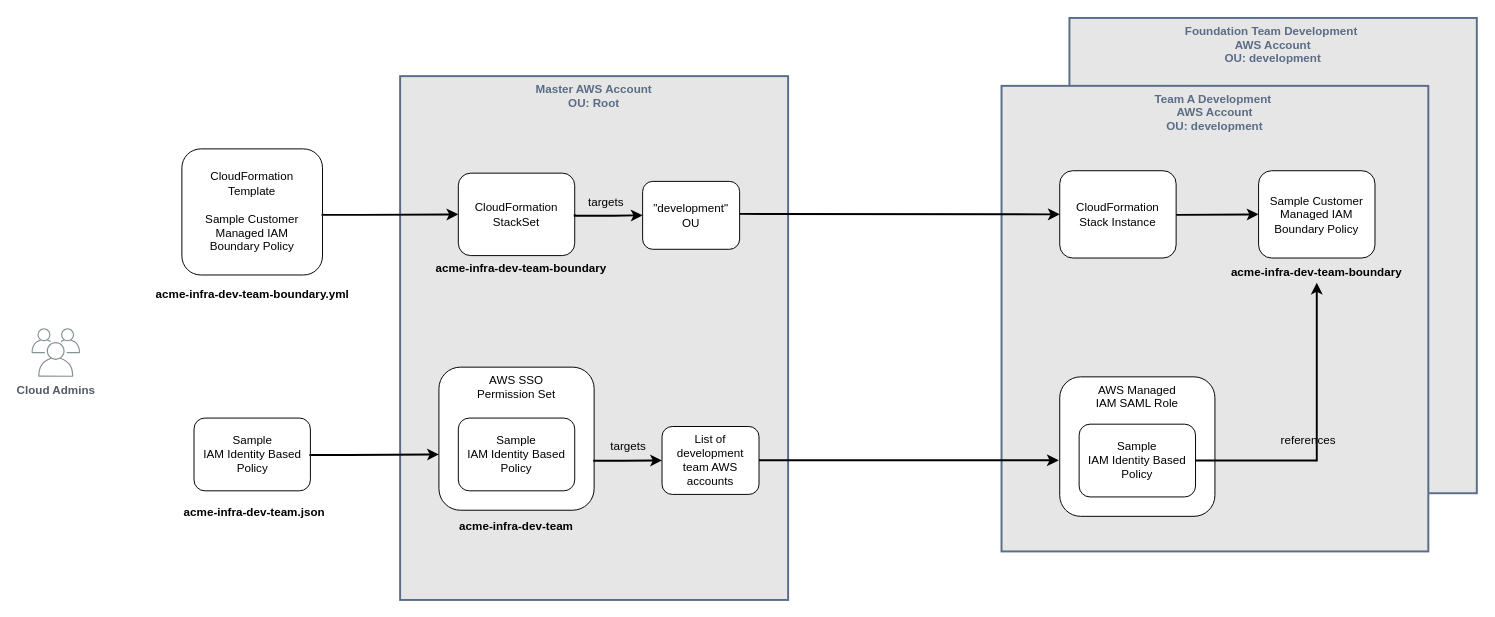
Above: page "dev-team-access-provisioning" (9 of 10) of images/initial-foundation.drawio in atimpone/aws-foundation-journey (draw.io), before the change. Source tidied: cells renumbered, new cells numbered last; positions are measured from the earlier drawing's top-left corner, leaving out a move shared by most shapes. Both pictures are drawn from the tidied source at 97%, with x=0, y=0 at pixel (31, 17).
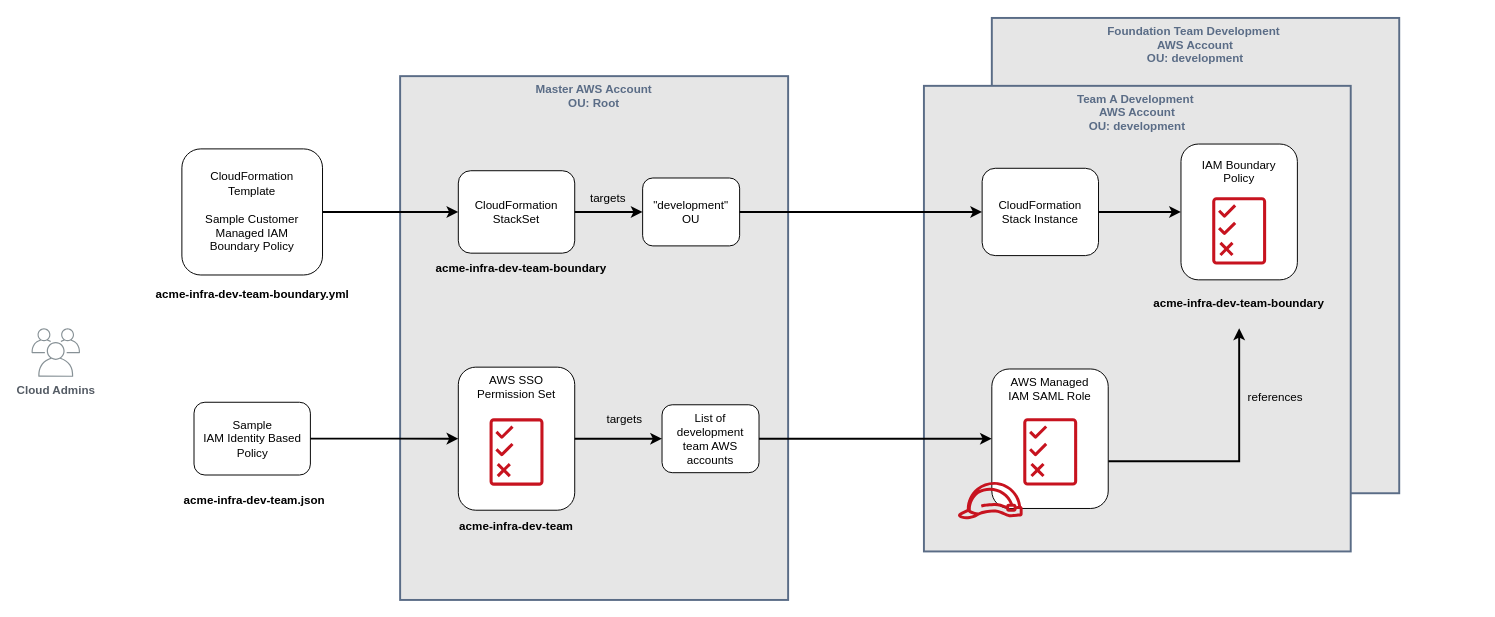
The same diagram, later.

Change to the diagram source:
```diff
@@
     <mxCell id="2" value="Foundation Team Development &#10;AWS Account&#10;OU: development" style="fillColor=#e6e6e6;strokeColor=#5A6C86;verticalAlign=top;fontStyle=1;fontColor=#5A6C86;strokeWidth=2;" parent="1" vertex="1">
-      <mxGeometry x="1070" width="420" height="490" as="geometry" />
+      <mxGeometry x="990" width="420" height="490" as="geometry" />
     </mxCell>
     <mxCell id="3" value="Team A Development &#10;AWS Account&#10;OU: development" style="fillColor=#e6e6e6;strokeColor=#5A6C86;verticalAlign=top;fontStyle=1;fontColor=#5A6C86;strokeWidth=2;" parent="1" vertex="1">
-      <mxGeometry x="1000" y="70" width="440" height="480" as="geometry" />
+      <mxGeometry x="920" y="70" width="440" height="480" as="geometry" />
     </mxCell>
@@
-    <mxCell id="5" value="Sample Customer Managed IAM Boundary Policy" style="rounded=1;whiteSpace=wrap;html=1;" parent="1" vertex="1">
-      <mxGeometry x="1265" y="157.5" width="120" height="90" as="geometry" />
-    </mxCell>
@@
     <mxCell id="7" value="AWS SSO&lt;br&gt;Permission Set" style="rounded=1;whiteSpace=wrap;html=1;verticalAlign=top;" parent="1" vertex="1">
-      <mxGeometry x="420" y="360" width="160" height="147.5" as="geometry" />
+      <mxGeometry x="440" y="360" width="120" height="147.5" as="geometry" />
     </mxCell>
     <mxCell id="8" value="Sample &lt;br&gt;IAM Identity Based Policy" style="rounded=1;whiteSpace=wrap;html=1;spacing=10;" parent="1" vertex="1">
-      <mxGeometry x="167.5" y="412.5" width="120" height="75" as="geometry" />
+      <mxGeometry x="167.5" y="396.2" width="120" height="75" as="geometry" />
     </mxCell>
     <mxCell id="9" value="acme-infra-dev-team.json" style="text;html=1;strokeColor=none;fillColor=none;align=center;verticalAlign=middle;whiteSpace=wrap;rounded=0;fontStyle=1;" parent="1" vertex="1">
-      <mxGeometry x="155" y="500" width="150" height="20" as="geometry" />
+      <mxGeometry x="155" y="487.5" width="150" height="20" as="geometry" />
     </mxCell>
@@
     <mxCell id="12" value="CloudFormation StackSet" style="rounded=1;whiteSpace=wrap;html=1;" parent="1" vertex="1">
-      <mxGeometry x="440" y="160" width="120" height="85" as="geometry" />
+      <mxGeometry x="440" y="157.5" width="120" height="85" as="geometry" />
     </mxCell>
     <mxCell id="13" value="CloudFormation&lt;br&gt;Stack Instance" style="rounded=1;whiteSpace=wrap;html=1;" parent="1" vertex="1">
-      <mxGeometry x="1060" y="157.5" width="120" height="90" as="geometry" />
+      <mxGeometry x="980" y="155" width="120" height="90" as="geometry" />
     </mxCell>
     <mxCell id="14" value="&quot;development&quot;&lt;br&gt;OU" style="rounded=1;whiteSpace=wrap;html=1;" parent="1" vertex="1">
-      <mxGeometry x="630" y="168.5" width="100" height="70" as="geometry" />
+      <mxGeometry x="630" y="165" width="100" height="70" as="geometry" />
     </mxCell>
-    <mxCell id="15" value="Sample &lt;br&gt;IAM Identity Based Policy" style="rounded=1;whiteSpace=wrap;html=1;spacing=10;" parent="1" vertex="1">
-      <mxGeometry x="440" y="412.5" width="120" height="75" as="geometry" />
-    </mxCell>
@@
-    <mxCell id="18" value="acme-infra-dev-team-boundary" style="text;html=1;strokeColor=none;fillColor=none;align=center;verticalAlign=middle;whiteSpace=wrap;rounded=0;fontStyle=1;" parent="1" vertex="1">
-      <mxGeometry x="1200" y="253" width="250" height="20" as="geometry" />
-    </mxCell>
-    <mxCell id="19" value="AWS Managed&lt;br&gt;IAM SAML Role" style="rounded=1;whiteSpace=wrap;html=1;verticalAlign=top;" parent="1" vertex="1">
-      <mxGeometry x="1060" y="370" width="160" height="143.8" as="geometry" />
-    </mxCell>
-    <mxCell id="20" value="Sample &lt;br&gt;IAM Identity Based Policy" style="rounded=1;whiteSpace=wrap;html=1;spacing=10;" parent="1" vertex="1">
-      <mxGeometry x="1080" y="418.8" width="120" height="75" as="geometry" />
-    </mxCell>
     <mxCell id="21" value="List of development team AWS accounts" style="rounded=1;whiteSpace=wrap;html=1;" parent="1" vertex="1">
-      <mxGeometry x="650" y="421.2" width="100" height="70" as="geometry" />
+      <mxGeometry x="650" y="398.8" width="100" height="70" as="geometry" />
     </mxCell>
     <mxCell id="22" style="edgeStyle=orthogonalEdgeStyle;rounded=0;jettySize=auto;html=1;startArrow=none;startFill=0;strokeWidth=2;entryX=0;entryY=0.5;entryDx=0;entryDy=0;" parent="1" edge="1" target="13">
       <mxGeometry relative="1" as="geometry">
-        <mxPoint x="750" y="203" as="sourcePoint" />
+        <mxPoint x="730" y="200" as="sourcePoint" />
         <Array as="points">
-          <mxPoint x="730" y="202" />
-          <mxPoint x="760" y="202" />
+          <mxPoint x="930" y="200" />
+          <mxPoint x="930" y="200" />
         </Array>
       </mxGeometry>
     </mxCell>
-    <mxCell id="23" style="edgeStyle=orthogonalEdgeStyle;rounded=0;jettySize=auto;html=1;startArrow=none;startFill=0;strokeWidth=2;exitX=1;exitY=0.5;exitDx=0;exitDy=0;" parent="1" edge="1" source="21">
-      <mxGeometry relative="1" as="geometry">
-        <mxPoint x="1059" y="456" as="targetPoint" />
-        <Array as="points">
-          <mxPoint x="1059" y="456" />
-        </Array>
-      </mxGeometry>
+    <mxCell id="23" style="edgeStyle=orthogonalEdgeStyle;rounded=0;jettySize=auto;html=1;startArrow=none;startFill=0;strokeWidth=2;exitX=1;exitY=0.5;exitDx=0;exitDy=0;entryX=0;entryY=0.5;entryDx=0;entryDy=0;" parent="1" edge="1" source="21" target="19">
+      <mxGeometry relative="1" as="geometry" />
     </mxCell>
-    <mxCell id="24" style="edgeStyle=orthogonalEdgeStyle;rounded=0;jettySize=auto;html=1;startArrow=none;startFill=0;strokeWidth=2;exitX=0.994;exitY=0.654;exitDx=0;exitDy=0;exitPerimeter=0;entryX=0;entryY=0.5;entryDx=0;entryDy=0;" parent="1" edge="1" source="7" target="21">
+    <mxCell id="24" style="edgeStyle=orthogonalEdgeStyle;rounded=0;jettySize=auto;html=1;startArrow=none;startFill=0;strokeWidth=2;entryX=0;entryY=0.5;entryDx=0;entryDy=0;exitX=1;exitY=0.5;exitDx=0;exitDy=0;" parent="1" edge="1" source="7" target="21">
       <mxGeometry relative="1" as="geometry">
         <Array as="points">
-          <mxPoint x="610" y="457" />
-          <mxPoint x="610" y="457" />
+          <mxPoint x="570" y="434" />
+          <mxPoint x="570" y="434" />
         </Array>
       </mxGeometry>
     </mxCell>
     <mxCell id="25" value="targets" style="text;html=1;align=center;verticalAlign=middle;labelBackgroundColor=none;" parent="24" vertex="1">
       <mxGeometry x="0.02" y="11" relative="1" as="geometry">
-        <mxPoint x="-0.3" y="-3.5" as="offset" />
+        <mxPoint x="4.8" y="-9" as="offset" />
       </mxGeometry>
     </mxCell>
-    <mxCell id="26" style="edgeStyle=orthogonalEdgeStyle;rounded=0;jettySize=auto;html=1;startArrow=none;startFill=0;strokeWidth=2;entryX=0;entryY=0.5;entryDx=0;entryDy=0;exitX=1;exitY=0.5;exitDx=0;exitDy=0;" parent="1" edge="1" source="12">
+    <mxCell id="26" style="edgeStyle=orthogonalEdgeStyle;rounded=0;jettySize=auto;html=1;startArrow=none;startFill=0;strokeWidth=2;entryX=0;entryY=0.5;entryDx=0;entryDy=0;exitX=1;exitY=0.5;exitDx=0;exitDy=0;" parent="1" edge="1" source="12" target="14">
       <mxGeometry relative="1" as="geometry">
-        <mxPoint x="630" y="203.4" as="targetPoint" />
         <Array as="points">
-          <mxPoint x="560" y="204" />
-          <mxPoint x="600" y="204" />
+          <mxPoint x="580" y="200" />
+          <mxPoint x="580" y="200" />
         </Array>
       </mxGeometry>
     </mxCell>
@@
-    <mxCell id="28" style="edgeStyle=orthogonalEdgeStyle;rounded=0;jettySize=auto;html=1;startArrow=none;startFill=0;strokeWidth=2;exitX=1;exitY=0.5;exitDx=0;exitDy=0;entryX=0;entryY=0.5;entryDx=0;entryDy=0;" parent="1" edge="1" target="12">
+    <mxCell id="28" style="edgeStyle=orthogonalEdgeStyle;rounded=0;jettySize=auto;html=1;startArrow=none;startFill=0;strokeWidth=2;entryX=0;entryY=0.5;entryDx=0;entryDy=0;" parent="1" edge="1" target="12">
       <mxGeometry relative="1" as="geometry">
-        <mxPoint x="300" y="201.8" as="sourcePoint" />
+        <mxPoint x="300" y="200" as="sourcePoint" />
         <Array as="points">
-          <mxPoint x="300" y="203" />
-          <mxPoint x="340" y="203" />
+          <mxPoint x="300" y="200" />
         </Array>
       </mxGeometry>
     </mxCell>
-    <mxCell id="29" style="edgeStyle=orthogonalEdgeStyle;rounded=0;orthogonalLoop=1;jettySize=auto;html=1;startArrow=none;startFill=0;strokeWidth=2;exitX=1;exitY=0.5;exitDx=0;exitDy=0;" parent="1" edge="1">
+    <mxCell id="29" style="edgeStyle=orthogonalEdgeStyle;rounded=0;jettySize=auto;html=1;startArrow=none;startFill=0;strokeWidth=2;exitX=1;exitY=0.5;exitDx=0;exitDy=0;entryX=0;entryY=0.5;entryDx=0;entryDy=0;" parent="1" edge="1" source="8" target="7">
       <mxGeometry relative="1" as="geometry">
-        <mxPoint x="287.5" y="449.5" as="sourcePoint" />
-        <mxPoint x="420" y="450" as="targetPoint" />
         <Array as="points">
-          <mxPoint x="287.5" y="450.5" />
-          <mxPoint x="327.5" y="450.5" />
+          <mxPoint x="370" y="434" />
+          <mxPoint x="370" y="434" />
         </Array>
       </mxGeometry>
     </mxCell>
-    <mxCell id="30" style="edgeStyle=orthogonalEdgeStyle;rounded=0;jettySize=auto;html=1;startArrow=none;startFill=0;strokeWidth=2;entryX=0;entryY=0.5;entryDx=0;entryDy=0;" parent="1" edge="1" target="5">
+    <mxCell id="30" style="edgeStyle=orthogonalEdgeStyle;rounded=0;jettySize=auto;html=1;startArrow=none;startFill=0;strokeWidth=2;entryX=0;entryY=0.5;entryDx=0;entryDy=0;exitX=1;exitY=0.5;exitDx=0;exitDy=0;" parent="1" edge="1" source="13" target="36">
       <mxGeometry relative="1" as="geometry">
-        <mxPoint x="1180" y="203" as="sourcePoint" />
         <Array as="points">
-          <mxPoint x="1181" y="203" />
+          <mxPoint x="1150" y="200" />
+          <mxPoint x="1150" y="200" />
         </Array>
       </mxGeometry>
     </mxCell>
-    <mxCell id="31" style="edgeStyle=orthogonalEdgeStyle;rounded=0;jettySize=auto;html=1;startArrow=none;startFill=0;strokeWidth=2;entryX=0.5;entryY=1;entryDx=0;entryDy=0;exitX=1;exitY=0.5;exitDx=0;exitDy=0;" parent="1" edge="1" source="20" target="18">
+    <mxCell id="31" style="edgeStyle=orthogonalEdgeStyle;rounded=0;jettySize=auto;html=1;startArrow=none;startFill=0;strokeWidth=2;" parent="1" edge="1" source="19">
       <mxGeometry relative="1" as="geometry">
+        <mxPoint x="1245" y="320" as="targetPoint" />
         <Array as="points">
-          <mxPoint x="1325" y="457" />
+          <mxPoint x="1245" y="457" />
         </Array>
       </mxGeometry>
     </mxCell>
     <mxCell id="32" value="references" style="text;html=1;align=center;verticalAlign=middle;labelBackgroundColor=none;" parent="31" vertex="1">
       <mxGeometry x="-0.19" y="55" relative="1" as="geometry">
-        <mxPoint x="45.4" y="-21" as="offset" />
+        <mxPoint x="61" y="-12" as="offset" />
       </mxGeometry>
     </mxCell>
+    <mxCell id="19" value="AWS Managed&lt;br&gt;IAM SAML Role" style="rounded=1;whiteSpace=wrap;html=1;verticalAlign=top;" parent="1" vertex="1">
+      <mxGeometry x="990" y="361.9" width="120" height="143.8" as="geometry" />
+    </mxCell>
+    <mxCell id="33" style="fontColor=#232F3E;gradientColor=none;fillColor=#C7131F;strokeColor=none;dashed=0;verticalLabelPosition=bottom;verticalAlign=top;align=center;html=1;fontSize=12;fontStyle=0;shape=mxgraph.aws4.role;labelBackgroundColor=#ffffff;shadow=0;" parent="1" vertex="1">
+      <mxGeometry x="954.4" y="478.3" width="68" height="38.4" as="geometry" />
+    </mxCell>
+    <mxCell id="34" style="fontColor=#232F3E;gradientColor=none;fillColor=#C7131F;strokeColor=none;dashed=0;verticalLabelPosition=bottom;verticalAlign=top;align=center;html=1;fontSize=12;fontStyle=0;shape=mxgraph.aws4.permissions;" parent="1" vertex="1">
+      <mxGeometry x="1022.4" y="412.4" width="55.6" height="70" as="geometry" />
+    </mxCell>
+    <mxCell id="35" style="fontColor=#232F3E;gradientColor=none;fillColor=#C7131F;strokeColor=none;dashed=0;verticalLabelPosition=bottom;verticalAlign=top;align=center;html=1;fontSize=12;fontStyle=0;shape=mxgraph.aws4.permissions;" parent="1" vertex="1">
+      <mxGeometry x="472.2" y="412.5" width="55.6" height="70" as="geometry" />
+    </mxCell>
+    <mxCell id="36" value="IAM Boundary Policy" style="rounded=1;whiteSpace=wrap;html=1;verticalAlign=top;spacing=10;" parent="1" vertex="1">
+      <mxGeometry x="1185" y="130" width="120" height="140" as="geometry" />
+    </mxCell>
+    <mxCell id="18" value="acme-infra-dev-team-boundary" style="text;html=1;strokeColor=none;fillColor=none;align=center;verticalAlign=middle;whiteSpace=wrap;rounded=0;fontStyle=1;" parent="1" vertex="1">
+      <mxGeometry x="1120" y="284" width="250" height="20" as="geometry" />
+    </mxCell>
+    <mxCell id="37" style="fontColor=#232F3E;gradientColor=none;fillColor=#C7131F;strokeColor=none;dashed=0;verticalLabelPosition=bottom;verticalAlign=top;align=center;html=1;fontSize=12;fontStyle=0;shape=mxgraph.aws4.permissions;" parent="1" vertex="1">
+      <mxGeometry x="1217.2" y="184.5" width="55.6" height="70" as="geometry" />
+    </mxCell>
```
